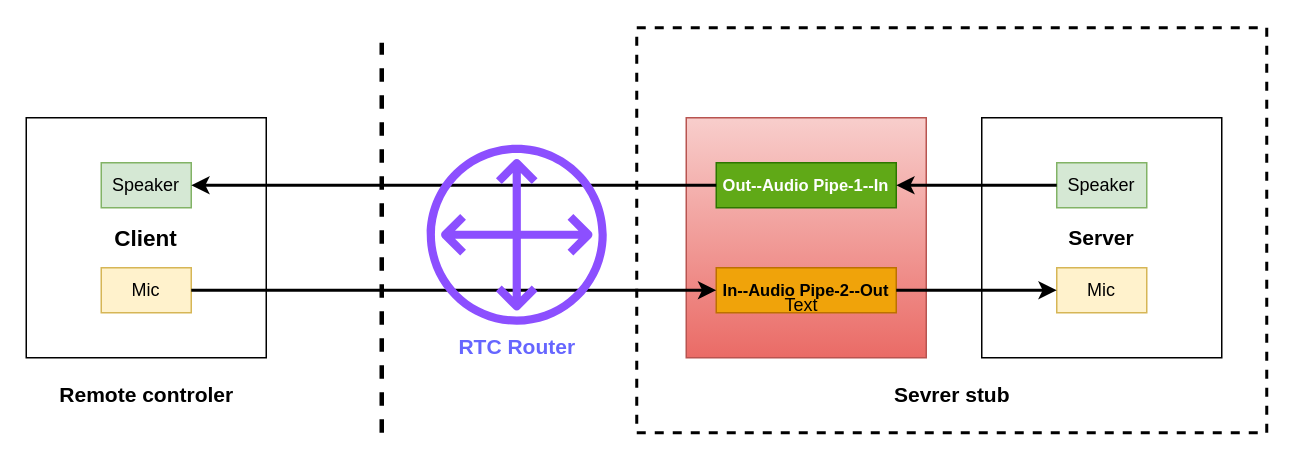
This is realtimemode.drawio from nxtreaming/webchat, a draw.io file, before an edit. Source tidied: cells renumbered, new cells numbered last; positions are measured from the earlier drawing's top-left corner, leaving out a move shared by most shapes. Both pictures are drawn from the tidied source at 150%, with x=0, y=0 at pixel (26, 27).
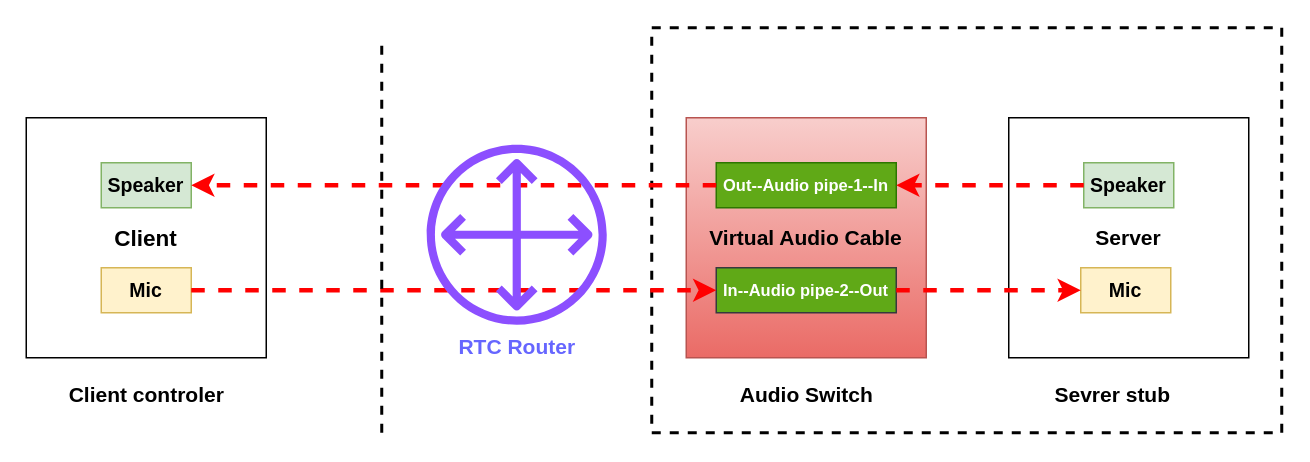
After the change.

What changed in the source:
```diff
@@
     <mxCell id="2" style="rounded=0;whiteSpace=wrap;html=1;dashed=1;strokeWidth=2;" parent="1" vertex="1">
-      <mxGeometry x="407" width="420" height="270" as="geometry" />
+      <mxGeometry x="417" width="420" height="270" as="geometry" />
     </mxCell>
@@
-    <mxCell id="4" value="Mic" style="text;strokeColor=#d6b656;align=center;fillColor=#fff2cc;html=1;verticalAlign=middle;whiteSpace=wrap;rounded=0;" parent="1" vertex="1">
+    <mxCell id="4" value="&lt;font style=&quot;font-size: 13px;&quot;&gt;&lt;b&gt;Mic&lt;/b&gt;&lt;/font&gt;" style="text;strokeColor=#d6b656;align=center;fillColor=#fff2cc;html=1;verticalAlign=middle;whiteSpace=wrap;rounded=0;" parent="1" vertex="1">
       <mxGeometry x="50" y="160" width="60" height="30" as="geometry" />
     </mxCell>
-    <mxCell id="5" value="Speaker" style="text;strokeColor=#82b366;align=center;fillColor=#d5e8d4;html=1;verticalAlign=middle;whiteSpace=wrap;rounded=0;" parent="1" vertex="1">
+    <mxCell id="5" value="&lt;font style=&quot;font-size: 13px;&quot;&gt;&lt;b&gt;Speaker&lt;/b&gt;&lt;/font&gt;" style="text;strokeColor=#82b366;align=center;fillColor=#d5e8d4;html=1;verticalAlign=middle;whiteSpace=wrap;rounded=0;" parent="1" vertex="1">
       <mxGeometry x="50" y="90" width="60" height="30" as="geometry" />
     </mxCell>
     <mxCell id="6" value="&lt;font style=&quot;font-size: 14px;&quot;&gt;&lt;b&gt;Server&lt;/b&gt;&lt;/font&gt;" style="whiteSpace=wrap;html=1;" parent="1" vertex="1">
-      <mxGeometry x="637" y="60" width="160" height="160" as="geometry" />
+      <mxGeometry x="655" y="60" width="160" height="160" as="geometry" />
     </mxCell>
-    <mxCell id="7" value="Mic" style="text;strokeColor=#d6b656;align=center;fillColor=#fff2cc;html=1;verticalAlign=middle;whiteSpace=wrap;rounded=0;" parent="1" vertex="1">
-      <mxGeometry x="687" y="160" width="60" height="30" as="geometry" />
+    <mxCell id="7" value="&lt;font style=&quot;font-size: 13px;&quot;&gt;&lt;b&gt;Mic&lt;/b&gt;&lt;/font&gt;" style="text;strokeColor=#d6b656;align=center;fillColor=#fff2cc;html=1;verticalAlign=middle;whiteSpace=wrap;rounded=0;" parent="1" vertex="1">
+      <mxGeometry x="703" y="160" width="60" height="30" as="geometry" />
     </mxCell>
-    <mxCell id="8" value="Speaker" style="text;strokeColor=#82b366;align=center;fillColor=#d5e8d4;html=1;verticalAlign=middle;whiteSpace=wrap;rounded=0;" parent="1" vertex="1">
-      <mxGeometry x="687" y="90" width="60" height="30" as="geometry" />
+    <mxCell id="8" value="&lt;font style=&quot;font-size: 13px;&quot;&gt;&lt;b&gt;Speaker&lt;/b&gt;&lt;/font&gt;" style="text;strokeColor=#82b366;align=center;fillColor=#d5e8d4;html=1;verticalAlign=middle;whiteSpace=wrap;rounded=0;" parent="1" vertex="1">
+      <mxGeometry x="705" y="90" width="60" height="30" as="geometry" />
     </mxCell>
-    <mxCell id="9" style="whiteSpace=wrap;html=1;fillColor=#f8cecc;gradientColor=#ea6b66;strokeColor=#b85450;" parent="1" vertex="1">
+    <mxCell id="9" value="&lt;font style=&quot;font-size: 14px;&quot;&gt;&lt;b&gt;Virtual Audio Cable&lt;/b&gt;&lt;/font&gt;" style="whiteSpace=wrap;html=1;fillColor=#f8cecc;gradientColor=#ea6b66;strokeColor=#b85450;" parent="1" vertex="1">
       <mxGeometry x="440" y="60" width="160" height="160" as="geometry" />
     </mxCell>
-    <mxCell id="10" value="&lt;font style=&quot;font-size: 11px;&quot;&gt;&lt;b&gt;Out--Audio Pipe-1--In&lt;/b&gt;&lt;/font&gt;" style="rounded=0;whiteSpace=wrap;html=1;fillColor=#60a917;fontColor=#ffffff;strokeColor=#2D7600;" parent="1" vertex="1">
+    <mxCell id="10" value="&lt;font style=&quot;font-size: 11px;&quot;&gt;&lt;b&gt;Out--Audio pipe-1--In&lt;/b&gt;&lt;/font&gt;" style="rounded=0;whiteSpace=wrap;html=1;fillColor=#60a917;fontColor=#ffffff;strokeColor=#2D7600;" parent="1" vertex="1">
       <mxGeometry x="460" y="90" width="120" height="30" as="geometry" />
     </mxCell>
-    <mxCell id="11" value="&lt;font style=&quot;font-size: 11px;&quot;&gt;&lt;b&gt;In--Audio Pipe-2--Out&lt;/b&gt;&lt;/font&gt;" style="rounded=0;whiteSpace=wrap;html=1;fillColor=#f0a30a;fontColor=#000000;strokeColor=#BD7000;" parent="1" vertex="1">
+    <mxCell id="11" value="&lt;font color=&quot;#ffffff&quot; style=&quot;font-size: 11px;&quot;&gt;&lt;b&gt;In--Audio pipe-2--Out&lt;/b&gt;&lt;/font&gt;" style="rounded=0;whiteSpace=wrap;html=1;fillColor=#60A917;strokeColor=#36393d;" parent="1" vertex="1">
       <mxGeometry x="460" y="160" width="120" height="30" as="geometry" />
     </mxCell>
-    <mxCell id="12" style="endArrow=classic;html=1;rounded=0;exitX=1;exitY=0.5;exitDx=0;exitDy=0;entryX=0;entryY=0.5;entryDx=0;entryDy=0;strokeWidth=2;" parent="1" edge="1" source="4" target="11">
+    <mxCell id="12" style="endArrow=classic;html=1;rounded=0;exitX=1;exitY=0.5;exitDx=0;exitDy=0;entryX=0;entryY=0.5;entryDx=0;entryDy=0;strokeWidth=3;dashed=1;strokeColor=#FF0000;" parent="1" edge="1" source="4" target="11">
       <mxGeometry relative="1" as="geometry" />
     </mxCell>
-    <mxCell id="13" style="endArrow=classic;html=1;rounded=0;exitX=1;exitY=0.5;exitDx=0;exitDy=0;entryX=0;entryY=0.5;entryDx=0;entryDy=0;strokeWidth=2;" parent="1" edge="1" source="11" target="7">
+    <mxCell id="13" style="endArrow=classic;html=1;rounded=0;exitX=1;exitY=0.5;exitDx=0;exitDy=0;entryX=0;entryY=0.5;entryDx=0;entryDy=0;strokeWidth=3;dashed=1;strokeColor=#FF0000;" parent="1" edge="1" source="11" target="7">
       <mxGeometry relative="1" as="geometry" />
     </mxCell>
-    <mxCell id="14" style="endArrow=classic;html=1;rounded=0;exitX=0;exitY=0.5;exitDx=0;exitDy=0;strokeWidth=2;" parent="1" edge="1" source="8" target="10">
+    <mxCell id="14" style="endArrow=classic;html=1;rounded=0;exitX=0;exitY=0.5;exitDx=0;exitDy=0;strokeWidth=3;dashed=1;strokeColor=#FF0000;" parent="1" edge="1" source="8" target="10">
       <mxGeometry relative="1" as="geometry" />
     </mxCell>
-    <mxCell id="15" style="endArrow=classic;html=1;rounded=0;exitX=0;exitY=0.5;exitDx=0;exitDy=0;entryX=1;entryY=0.5;entryDx=0;entryDy=0;strokeWidth=2;" parent="1" edge="1" source="10" target="5">
+    <mxCell id="15" style="endArrow=classic;html=1;rounded=0;exitX=0;exitY=0.5;exitDx=0;exitDy=0;entryX=1;entryY=0.5;entryDx=0;entryDy=0;strokeWidth=3;dashed=1;strokeColor=#FF0000;" parent="1" edge="1" source="10" target="5">
       <mxGeometry relative="1" as="geometry" />
     </mxCell>
-    <mxCell id="16" style="endArrow=none;dashed=1;html=1;rounded=0;strokeWidth=3;" parent="1" edge="1">
+    <mxCell id="16" style="endArrow=none;dashed=1;html=1;rounded=0;strokeWidth=2;" parent="1" edge="1">
       <mxGeometry relative="1" as="geometry">
         <mxPoint x="237" y="270" as="sourcePoint" />
         <mxPoint x="237" y="10" as="targetPoint" />
       </mxGeometry>
     </mxCell>
-    <mxCell id="17" value="&lt;font color=&quot;#6666ff&quot;&gt;&lt;span style=&quot;font-size: 14px;&quot;&gt;&lt;b&gt;RTC Router&lt;/b&gt;&lt;/span&gt;&lt;/font&gt;" style="sketch=0;fontColor=#232F3E;gradientColor=none;fillColor=#8C4FFF;strokeColor=none;dashed=0;verticalLabelPosition=bottom;verticalAlign=top;align=center;html=1;fontSize=12;fontStyle=0;shape=mxgraph.aws4.customer_gateway;" parent="1" vertex="1">
+    <mxCell id="17" value="&lt;font color=&quot;#6666ff&quot;&gt;&lt;span style=&quot;font-size: 14px;&quot;&gt;&lt;b&gt;RTC Router&lt;/b&gt;&lt;/span&gt;&lt;/font&gt;" style="sketch=0;fontColor=#232F3E;gradientColor=none;fillColor=#8C4FFF;strokeColor=none;dashed=1;verticalLabelPosition=bottom;verticalAlign=top;align=center;html=1;fontSize=12;fontStyle=0;shape=mxgraph.aws4.customer_gateway;" parent="1" vertex="1">
       <mxGeometry x="267" y="78" width="120" height="120" as="geometry" />
     </mxCell>
-    <mxCell id="18" value="Text" style="text;strokeColor=none;align=center;fillColor=none;html=1;verticalAlign=middle;whiteSpace=wrap;rounded=0;" parent="1" vertex="1">
-      <mxGeometry x="487" y="170" width="60" height="30" as="geometry" />
-    </mxCell>
-    <mxCell id="19" value="&lt;b&gt;&lt;font style=&quot;font-size: 14px;&quot;&gt;Remote controler&lt;/font&gt;&lt;/b&gt;" style="text;html=1;align=center;verticalAlign=middle;strokeColor=none;fillColor=none;" parent="1" vertex="1">
-      <mxGeometry x="10" y="230" width="140" height="30" as="geometry" />
+    <mxCell id="19" value="&lt;b&gt;&lt;font style=&quot;font-size: 14px;&quot;&gt;Client controler&lt;/font&gt;&lt;/b&gt;" style="text;html=1;align=center;verticalAlign=middle;strokeColor=none;fillColor=none;" parent="1" vertex="1">
+      <mxGeometry x="15" y="230" width="130" height="30" as="geometry" />
     </mxCell>
     <mxCell id="20" value="&lt;b&gt;&lt;font style=&quot;font-size: 14px;&quot;&gt;Sevrer stub&lt;/font&gt;&lt;/b&gt;" style="text;html=1;align=center;verticalAlign=middle;strokeColor=none;fillColor=none;" parent="1" vertex="1">
-      <mxGeometry x="567" y="230" width="100" height="30" as="geometry" />
+      <mxGeometry x="674" y="230" width="100" height="30" as="geometry" />
     </mxCell>
+    <mxCell id="21" value="&lt;b&gt;&lt;font style=&quot;font-size: 14px;&quot;&gt;Audio Switch&lt;/font&gt;&lt;/b&gt;" style="text;html=1;align=center;verticalAlign=middle;strokeColor=none;fillColor=none;" parent="1" vertex="1">
+      <mxGeometry x="465" y="230" width="110" height="30" as="geometry" />
+    </mxCell>
```
